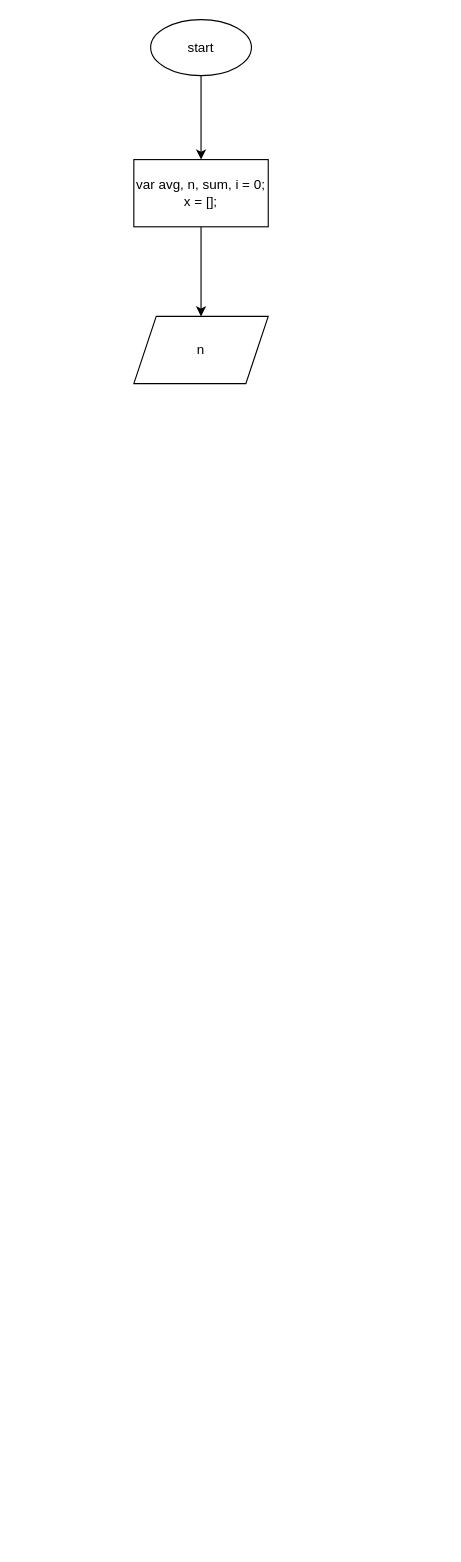
This is algorithm.drawio from MahmoudOsman99/algorithms, a draw.io file, before an edit. Source tidied: cells renumbered, new cells numbered last; positions are measured from the earlier drawing's top-left corner, leaving out a move shared by most shapes. Both pictures are drawn from the tidied source at 112%, with x=0, y=0 at pixel (133, 19).
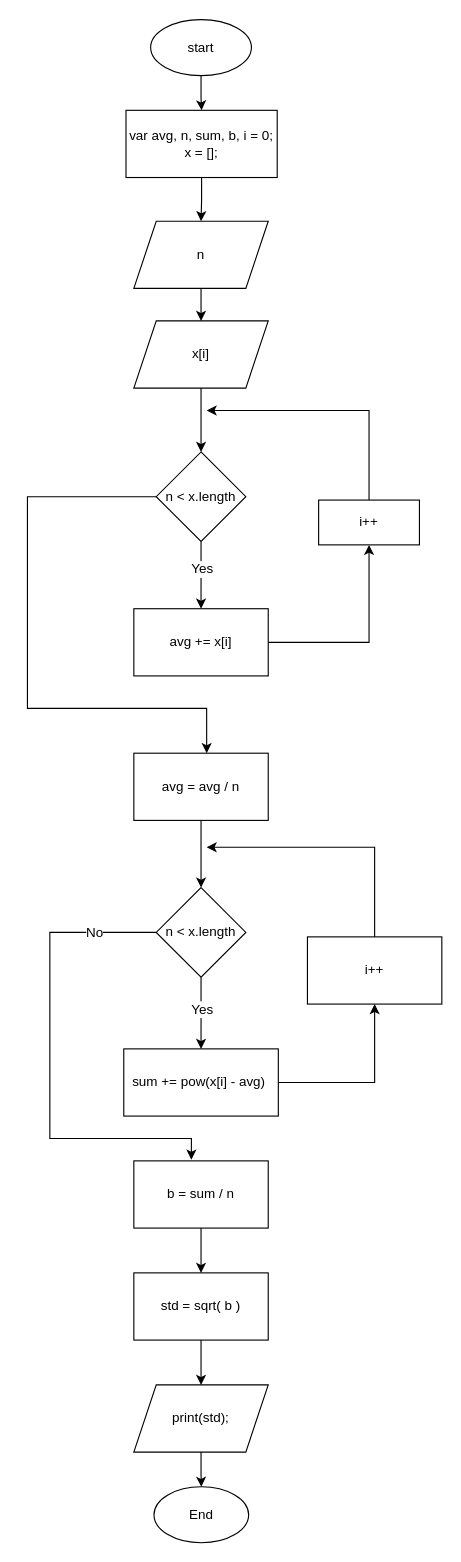
The same diagram, later.

The edit, as a diff of the source:
```diff
@@
-    <mxCell id="5" value="var avg, n, sum, i = 0;&lt;br&gt;x = [];" style="whiteSpace=wrap;html=1;" parent="1" vertex="1">
-      <mxGeometry y="125" width="120" height="60" as="geometry" />
+    <mxCell id="5" value="var avg, n, sum, b, i = 0;&lt;br&gt;x = [];" style="whiteSpace=wrap;html=1;" parent="1" vertex="1">
+      <mxGeometry x="-7" y="81" width="135" height="60" as="geometry" />
     </mxCell>
+    <mxCell id="7" style="edgeStyle=orthogonalEdgeStyle;rounded=0;jettySize=auto;html=1;fontSize=12;" parent="1" edge="1" source="6" target="9">
+      <mxGeometry relative="1" as="geometry" />
+    </mxCell>
     <mxCell id="6" value="n" style="shape=parallelogram;perimeter=parallelogramPerimeter;whiteSpace=wrap;html=1;fixedSize=1;" parent="1" vertex="1">
-      <mxGeometry y="265" width="120" height="60" as="geometry" />
+      <mxGeometry y="180" width="120" height="60" as="geometry" />
     </mxCell>
+    <mxCell id="8" style="edgeStyle=orthogonalEdgeStyle;rounded=0;jettySize=auto;html=1;fontSize=12;" parent="1" edge="1" source="9" target="13">
+      <mxGeometry relative="1" as="geometry" />
+    </mxCell>
+    <mxCell id="9" value="x[i]" style="shape=parallelogram;perimeter=parallelogramPerimeter;whiteSpace=wrap;html=1;fixedSize=1;fontSize=12;" parent="1" vertex="1">
+      <mxGeometry y="269" width="120" height="60" as="geometry" />
+    </mxCell>
+    <mxCell id="10" style="edgeStyle=orthogonalEdgeStyle;rounded=0;jettySize=auto;html=1;fontSize=12;" parent="1" edge="1" source="13" target="15">
+      <mxGeometry x="0.39" y="10" relative="1" as="geometry" />
+    </mxCell>
+    <mxCell id="11" value="Yes" style="edgeLabel;html=1;align=center;verticalAlign=middle;fontSize=12;" parent="10" vertex="1">
+      <mxGeometry x="-0.2" relative="1" as="geometry" />
+    </mxCell>
+    <mxCell id="12" style="edgeStyle=orthogonalEdgeStyle;rounded=0;jettySize=auto;html=1;fontSize=12;entryX=0.542;entryY=0;entryDx=0;entryDy=0;entryPerimeter=0;" parent="1" edge="1" source="13" target="19">
+      <mxGeometry relative="1" as="geometry">
+        <Array as="points">
+          <mxPoint x="-95" y="426" />
+          <mxPoint x="-95" y="615" />
+          <mxPoint x="65" y="615" />
+        </Array>
+      </mxGeometry>
+    </mxCell>
+    <mxCell id="13" value="n &amp;lt; x.length" style="rhombus;whiteSpace=wrap;html=1;fontSize=12;" parent="1" vertex="1">
+      <mxGeometry x="20" y="386" width="80" height="80" as="geometry" />
+    </mxCell>
+    <mxCell id="14" style="edgeStyle=orthogonalEdgeStyle;rounded=0;jettySize=auto;html=1;fontSize=12;entryX=0.5;entryY=1;entryDx=0;entryDy=0;" parent="1" edge="1" source="15" target="17">
+      <mxGeometry relative="1" as="geometry" />
+    </mxCell>
+    <mxCell id="15" value="avg += x[i]" style="rounded=0;whiteSpace=wrap;html=1;fontSize=12;" parent="1" vertex="1">
+      <mxGeometry y="526" width="120" height="60" as="geometry" />
+    </mxCell>
+    <mxCell id="16" style="edgeStyle=orthogonalEdgeStyle;rounded=0;jettySize=auto;html=1;fontSize=12;" parent="1" edge="1" source="17">
+      <mxGeometry relative="1" as="geometry">
+        <mxPoint x="65" y="349" as="targetPoint" />
+        <Array as="points">
+          <mxPoint x="210" y="349" />
+        </Array>
+      </mxGeometry>
+    </mxCell>
+    <mxCell id="17" value="i++" style="rounded=0;whiteSpace=wrap;html=1;fontSize=12;" parent="1" vertex="1">
+      <mxGeometry x="165" y="429" width="90" height="40" as="geometry" />
+    </mxCell>
+    <mxCell id="18" style="edgeStyle=orthogonalEdgeStyle;rounded=0;jettySize=auto;html=1;fontSize=12;" parent="1" edge="1" source="19">
+      <mxGeometry relative="1" as="geometry">
+        <mxPoint x="60" y="775" as="targetPoint" />
+      </mxGeometry>
+    </mxCell>
+    <mxCell id="19" value="avg = avg / n" style="rounded=0;whiteSpace=wrap;html=1;fontSize=12;" parent="1" vertex="1">
+      <mxGeometry y="655" width="120" height="60" as="geometry" />
+    </mxCell>
+    <mxCell id="20" style="edgeStyle=orthogonalEdgeStyle;rounded=0;jettySize=auto;html=1;fontSize=12;" parent="1" edge="1" source="24" target="26">
+      <mxGeometry relative="1" as="geometry" />
+    </mxCell>
+    <mxCell id="21" value="Yes" style="edgeLabel;html=1;align=center;verticalAlign=middle;fontSize=12;" parent="20" vertex="1">
+      <mxGeometry x="-0.13" relative="1" as="geometry" />
+    </mxCell>
+    <mxCell id="22" style="edgeStyle=orthogonalEdgeStyle;rounded=0;jettySize=auto;html=1;fontSize=12;entryX=0.428;entryY=-0.018;entryDx=0;entryDy=0;entryPerimeter=0;" parent="1" edge="1" source="24" target="30">
+      <mxGeometry relative="1" as="geometry">
+        <Array as="points">
+          <mxPoint x="-75" y="815" />
+          <mxPoint x="-75" y="999" />
+          <mxPoint x="51" y="999" />
+        </Array>
+      </mxGeometry>
+    </mxCell>
+    <mxCell id="23" value="No" style="edgeLabel;html=1;align=center;verticalAlign=middle;fontSize=12;" parent="22" vertex="1">
+      <mxGeometry x="-0.6" y="-1" relative="1" as="geometry">
+        <mxPoint x="29" y="1" as="offset" />
+      </mxGeometry>
+    </mxCell>
+    <mxCell id="24" value="n &amp;lt; x.length" style="rhombus;whiteSpace=wrap;html=1;fontSize=12;" parent="1" vertex="1">
+      <mxGeometry x="20" y="775" width="80" height="80" as="geometry" />
+    </mxCell>
+    <mxCell id="25" style="edgeStyle=orthogonalEdgeStyle;rounded=0;jettySize=auto;html=1;fontSize=12;" parent="1" edge="1" source="26" target="28">
+      <mxGeometry relative="1" as="geometry" />
+    </mxCell>
+    <mxCell id="26" value="sum += pow(x[i] - avg)&amp;nbsp;" style="whiteSpace=wrap;html=1;" parent="1" vertex="1">
+      <mxGeometry x="-9" y="919" width="138" height="60" as="geometry" />
+    </mxCell>
+    <mxCell id="27" style="edgeStyle=orthogonalEdgeStyle;rounded=0;jettySize=auto;html=1;fontSize=12;" parent="1" edge="1" source="28">
+      <mxGeometry relative="1" as="geometry">
+        <mxPoint x="65" y="739" as="targetPoint" />
+        <Array as="points">
+          <mxPoint x="215" y="739" />
+        </Array>
+      </mxGeometry>
+    </mxCell>
+    <mxCell id="28" value="i++" style="whiteSpace=wrap;html=1;" parent="1" vertex="1">
+      <mxGeometry x="155" y="819" width="120" height="60" as="geometry" />
+    </mxCell>
+    <mxCell id="29" style="edgeStyle=orthogonalEdgeStyle;rounded=0;jettySize=auto;html=1;fontSize=12;" parent="1" edge="1" source="30" target="32">
+      <mxGeometry relative="1" as="geometry" />
+    </mxCell>
+    <mxCell id="30" value="b = sum / n" style="rounded=0;whiteSpace=wrap;html=1;fontSize=12;" parent="1" vertex="1">
+      <mxGeometry y="1019" width="120" height="60" as="geometry" />
+    </mxCell>
+    <mxCell id="31" style="edgeStyle=orthogonalEdgeStyle;rounded=0;jettySize=auto;html=1;entryX=0.5;entryY=0;entryDx=0;entryDy=0;fontSize=12;" parent="1" edge="1" source="32" target="35">
+      <mxGeometry relative="1" as="geometry" />
+    </mxCell>
+    <mxCell id="32" value="std = sqrt( b )" style="whiteSpace=wrap;html=1;rounded=0;" parent="1" vertex="1">
+      <mxGeometry y="1119" width="120" height="60" as="geometry" />
+    </mxCell>
+    <mxCell id="33" value="End" style="ellipse;whiteSpace=wrap;html=1;fontSize=12;" parent="1" vertex="1">
+      <mxGeometry x="18" y="1310" width="84.5" height="50" as="geometry" />
+    </mxCell>
+    <mxCell id="34" style="edgeStyle=orthogonalEdgeStyle;rounded=0;jettySize=auto;html=1;fontSize=12;" parent="1" edge="1" source="35" target="33">
+      <mxGeometry relative="1" as="geometry" />
+    </mxCell>
+    <mxCell id="35" value="print(std);" style="shape=parallelogram;perimeter=parallelogramPerimeter;whiteSpace=wrap;html=1;fixedSize=1;fontSize=12;" parent="1" vertex="1">
+      <mxGeometry y="1219" width="120" height="60" as="geometry" />
+    </mxCell>
```
